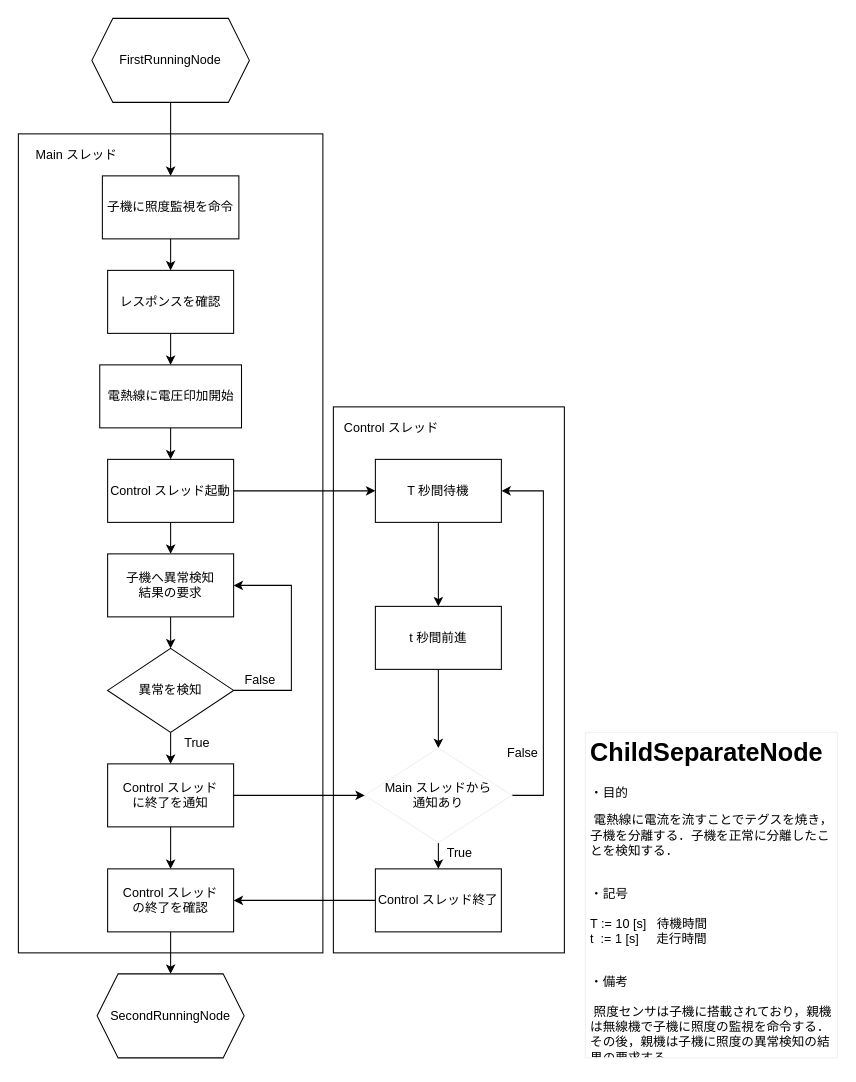
This is page "ChildSeparateNode" (6 of 9) of docs/nodes/parent/flowchart.drawio from FROM-THE-EARTH/canbeta, a draw.io file, before an edit. Source tidied: cells renumbered, new cells numbered last; positions are measured from the earlier drawing's top-left corner, leaving out a move shared by most shapes. Both pictures are drawn from the tidied source at 105%, with x=0, y=0 at pixel (18, 18).
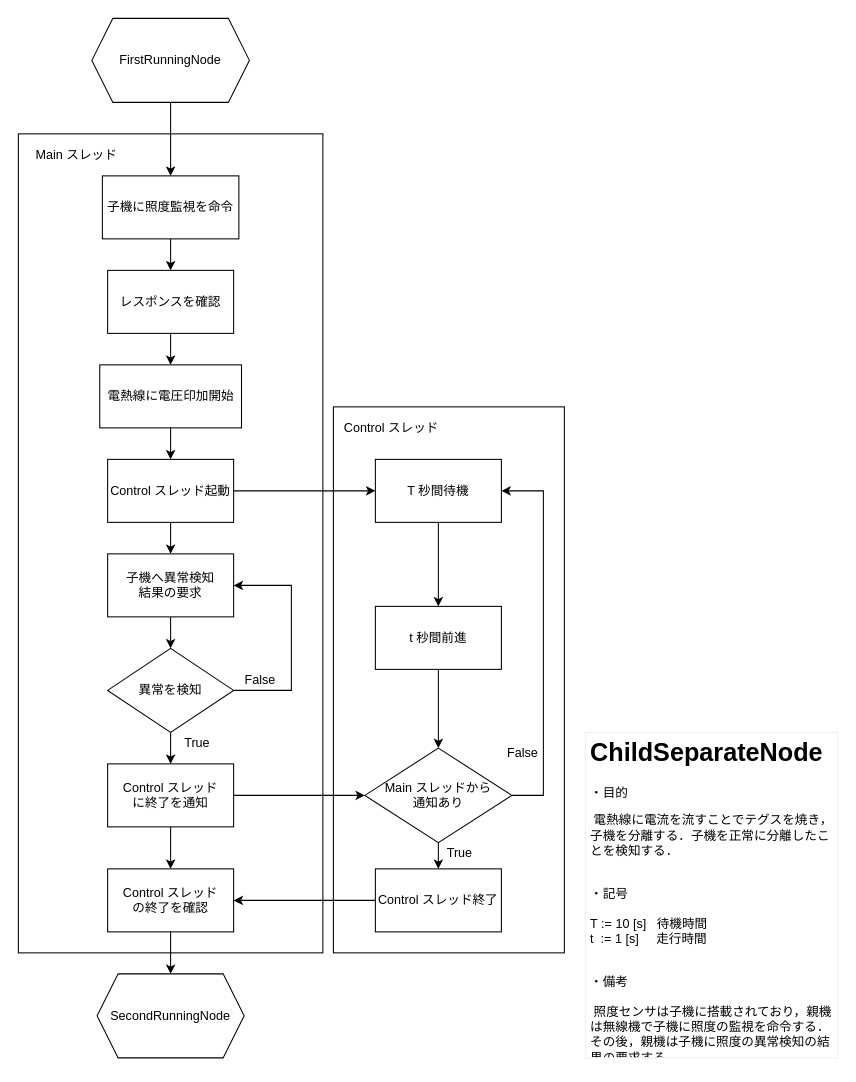
After the change.

What changed in the source:
```diff
@@
-    <mxCell id="30" value="Main スレッドから&lt;br&gt;通知あり" style="rhombus;whiteSpace=wrap;html=1;strokeColor=#f0f0f0;" parent="1" vertex="1">
+    <mxCell id="30" value="Main スレッドから&lt;br&gt;通知あり" style="rhombus;whiteSpace=wrap;html=1;" parent="1" vertex="1">
       <mxGeometry x="330" y="695" width="140" height="90" as="geometry" />
     </mxCell>
```
